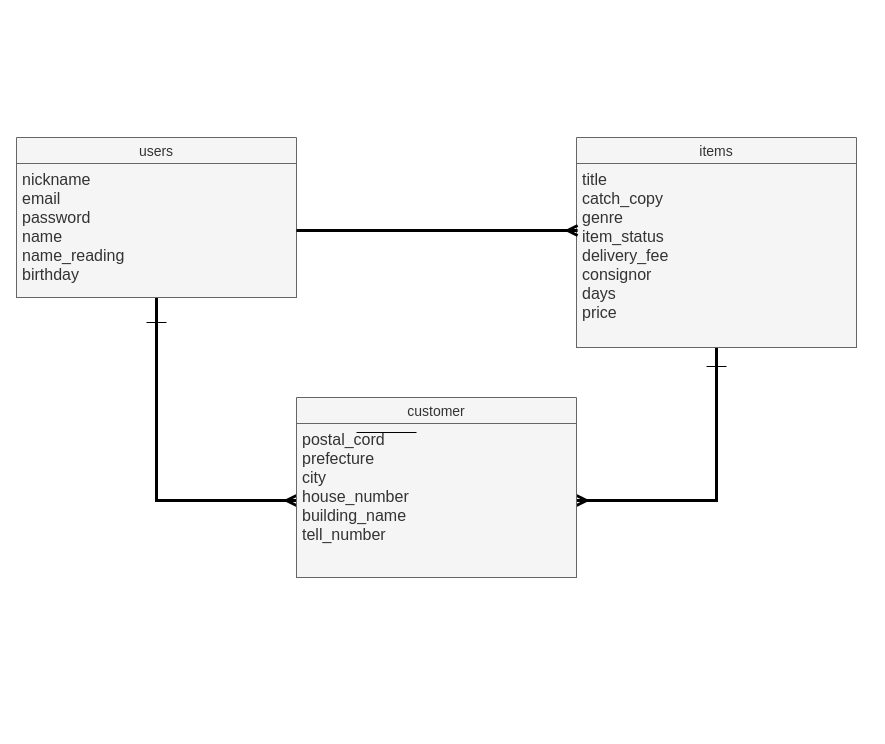
Earlier version of the draw.io diagram furima.dio (556-mizusawa/furima-30466). Source tidied: cells renumbered, new cells numbered last; positions are measured from the earlier drawing's top-left corner, leaving out a move shared by most shapes. Both pictures are drawn from the tidied source at 100%, with x=0, y=0 at pixel (16, 137).
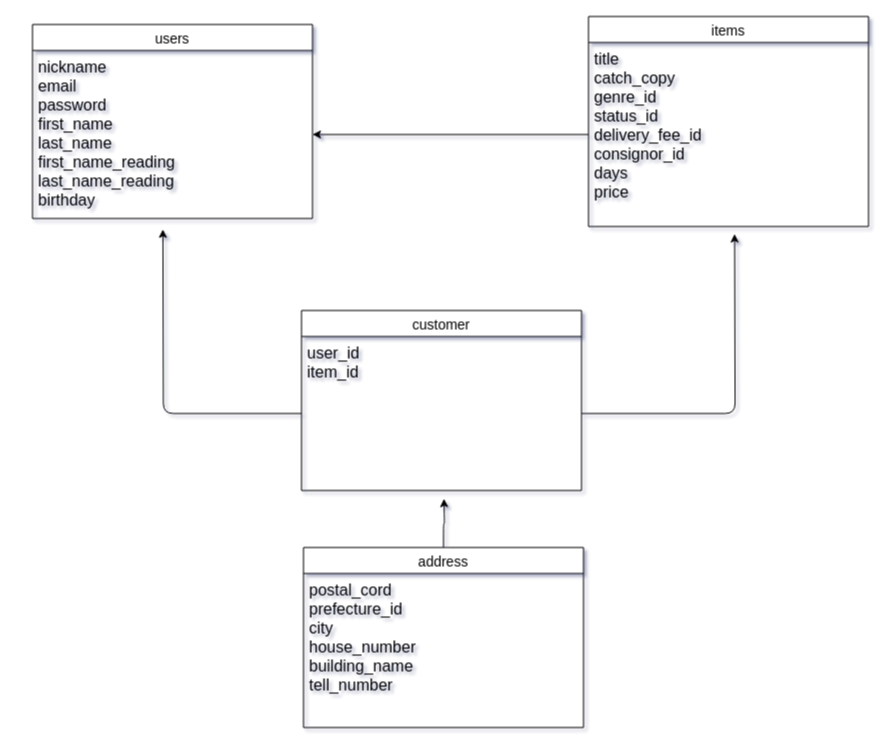
After the change.

Commit message (it also covers changes not shown here):
ER図、README修正

Change to the diagram source:
```diff
@@
-<mxGraphModel>
+<mxGraphModel shadow="1">
   <root>
     <mxCell id="0" />
     <mxCell id="1" parent="0" />
-    <mxCell id="2" style="edgeStyle=orthogonalEdgeStyle;rounded=0;jettySize=auto;html=1;entryX=0;entryY=0.5;entryDx=0;entryDy=0;endArrow=ERmany;endFill=0;strokeWidth=3;fontSize=16;" parent="1" edge="1" source="5" target="10">
-      <mxGeometry relative="1" as="geometry" />
-    </mxCell>
-    <mxCell id="3" style="edgeStyle=orthogonalEdgeStyle;rounded=0;jettySize=auto;html=1;entryX=1;entryY=0.5;entryDx=0;entryDy=0;endArrow=ERmany;endFill=0;strokeWidth=3;fontSize=16;" parent="1" edge="1" source="7" target="10">
-      <mxGeometry relative="1" as="geometry" />
-    </mxCell>
-    <mxCell id="4" style="line;strokeWidth=1;dashed=0;labelPosition=right;align=left;verticalAlign=middle;spacingTop=0;spacingLeft=6;labelBackgroundColor=none;fontSize=16;" parent="1" vertex="1">
-      <mxGeometry x="680" y="100" width="40" height="10" as="geometry" />
-    </mxCell>
+    <mxCell id="15" style="edgeStyle=orthogonalEdgeStyle;curved=0;rounded=1;sketch=0;jettySize=auto;html=1;exitX=0;exitY=0.5;exitDx=0;exitDy=0;entryX=1;entryY=0.5;entryDx=0;entryDy=0;" parent="1" edge="1" source="8" target="6">
+      <mxGeometry relative="1" as="geometry" />
+    </mxCell>
-    <mxCell id="5" value="users" style="swimlane;fontStyle=0;horizontal=1;startSize=26;align=center;fontSize=14;fillColor=#f5f5f5;strokeColor=#666666;fontColor=#333333;" parent="1" vertex="1">
-      <mxGeometry width="280" height="160" as="geometry" />
+    <mxCell id="5" value="users" style="swimlane;fontStyle=0;horizontal=1;startSize=26;align=center;fontSize=14;" parent="1" vertex="1">
+      <mxGeometry x="16" y="-113" width="280" height="194" as="geometry" />
     </mxCell>
-    <mxCell id="6" value="nickname&#10;email&#10;password&#10;name&#10;name_reading&#10;birthday" style="text;strokeColor=#666666;fillColor=#f5f5f5;spacingLeft=4;spacingRight=4;overflow=hidden;points=[[0,0.5],[1,0.5]];portConstraint=eastwest;fontSize=16;fontColor=#333333;" parent="5" vertex="1">
-      <mxGeometry y="26" width="280" height="134" as="geometry" />
+    <mxCell id="6" value="nickname&#10;email&#10;password&#10;first_name&#10;last_name&#10;first_name_reading&#10;last_name_reading&#10;birthday" style="text;spacingLeft=4;spacingRight=4;overflow=hidden;points=[[0,0.5],[1,0.5]];portConstraint=eastwest;fontSize=16;" parent="5" vertex="1">
+      <mxGeometry y="26" width="280" height="168" as="geometry" />
     </mxCell>
-    <mxCell id="7" value="items" style="swimlane;fontStyle=0;horizontal=1;startSize=26;align=center;fontSize=14;fillColor=#f5f5f5;strokeColor=#666666;fontColor=#333333;" parent="1" vertex="1">
-      <mxGeometry x="560" width="280" height="210" as="geometry" />
+    <mxCell id="7" value="items" style="swimlane;fontStyle=0;horizontal=1;startSize=26;align=center;fontSize=14;" parent="1" vertex="1">
+      <mxGeometry x="572" y="-121" width="280" height="210" as="geometry" />
     </mxCell>
-    <mxCell id="8" value="title&#10;catch_copy&#10;genre&#10;item_status&#10;delivery_fee&#10;consignor&#10;days&#10;price" style="text;strokeColor=#666666;fillColor=#f5f5f5;spacingLeft=4;spacingRight=4;overflow=hidden;points=[[0,0.5],[1,0.5]];portConstraint=eastwest;fontSize=16;fontColor=#333333;" parent="7" vertex="1">
+    <mxCell id="8" value="title&#10;catch_copy&#10;genre_id&#10;status_id&#10;delivery_fee_id&#10;consignor_id&#10;days&#10;price" style="text;spacingLeft=4;spacingRight=4;overflow=hidden;points=[[0,0.5],[1,0.5]];portConstraint=eastwest;fontSize=16;" parent="7" vertex="1">
       <mxGeometry y="26" width="280" height="184" as="geometry" />
     </mxCell>
+    <mxCell id="16" style="edgeStyle=orthogonalEdgeStyle;curved=0;rounded=1;sketch=0;jettySize=auto;html=1;exitX=0.5;exitY=0;exitDx=0;exitDy=0;" parent="1" edge="1" source="9">
+      <mxGeometry relative="1" as="geometry">
+        <mxPoint x="427.5" y="361.2" as="targetPoint" />
+      </mxGeometry>
+    </mxCell>
-    <mxCell id="9" value="customer" style="swimlane;fontStyle=0;horizontal=1;startSize=26;align=center;fontSize=14;fillColor=#f5f5f5;strokeColor=#666666;fontColor=#333333;" parent="1" vertex="1">
-      <mxGeometry x="280" y="260" width="280" height="180" as="geometry" />
+    <mxCell id="9" value="address" style="swimlane;fontStyle=0;horizontal=1;startSize=26;align=center;fontSize=14;" parent="1" vertex="1">
+      <mxGeometry x="287" y="410" width="280" height="180" as="geometry" />
     </mxCell>
-    <mxCell id="10" value="postal_cord&#10;prefecture&#10;city&#10;house_number&#10;building_name&#10;tell_number&#10;" style="text;strokeColor=#666666;fillColor=#f5f5f5;spacingLeft=4;spacingRight=4;overflow=hidden;points=[[0,0.5],[1,0.5]];portConstraint=eastwest;fontSize=16;fontColor=#333333;" parent="9" vertex="1">
+    <mxCell id="10" value="postal_cord&#10;prefecture_id&#10;city&#10;house_number&#10;building_name&#10;tell_number&#10;" style="text;spacingLeft=4;spacingRight=4;overflow=hidden;points=[[0,0.5],[1,0.5]];portConstraint=eastwest;fontSize=16;" parent="9" vertex="1">
       <mxGeometry y="26" width="280" height="154" as="geometry" />
     </mxCell>
-    <mxCell id="11" style="edgeStyle=orthogonalEdgeStyle;rounded=0;jettySize=auto;html=1;exitX=1;exitY=0.5;exitDx=0;exitDy=0;entryX=0.004;entryY=0.364;entryDx=0;entryDy=0;entryPerimeter=0;endArrow=ERmany;endFill=0;strokeWidth=3;fontSize=16;" parent="1" edge="1" source="6" target="8">
-      <mxGeometry relative="1" as="geometry" />
-    </mxCell>
-    <mxCell id="12" style="line;strokeWidth=1;dashed=0;labelPosition=right;align=left;verticalAlign=middle;spacingTop=0;spacingLeft=6;labelBackgroundColor=none;fontSize=16;" parent="1" vertex="1">
-      <mxGeometry x="340" y="290" width="60" height="10" as="geometry" />
-    </mxCell>
-    <mxCell id="13" style="line;strokeWidth=1;dashed=0;labelPosition=right;align=left;verticalAlign=middle;spacingTop=0;spacingLeft=6;labelBackgroundColor=none;fontSize=16;" parent="1" vertex="1">
-      <mxGeometry x="130" y="180" width="20" height="10" as="geometry" />
-    </mxCell>
-    <mxCell id="14" style="line;strokeWidth=1;dashed=0;labelPosition=right;align=left;verticalAlign=middle;spacingTop=0;spacingLeft=6;labelBackgroundColor=none;fontSize=16;" parent="1" vertex="1">
-      <mxGeometry x="690" y="224" width="20" height="10" as="geometry" />
-    </mxCell>
+    <mxCell id="17" value="customer" style="swimlane;fontStyle=0;horizontal=1;startSize=26;align=center;fontSize=14;" parent="1" vertex="1">
+      <mxGeometry x="285" y="173" width="280" height="180" as="geometry" />
+    </mxCell>
+    <mxCell id="18" value="user_id&#10;item_id" style="text;spacingLeft=4;spacingRight=4;overflow=hidden;points=[[0,0.5],[1,0.5]];portConstraint=eastwest;fontSize=16;" parent="17" vertex="1">
+      <mxGeometry y="26" width="280" height="154" as="geometry" />
+    </mxCell>
+    <mxCell id="19" style="edgeStyle=orthogonalEdgeStyle;curved=0;rounded=1;sketch=0;jettySize=auto;html=1;exitX=1;exitY=0.5;exitDx=0;exitDy=0;" parent="1" edge="1" source="18">
+      <mxGeometry relative="1" as="geometry">
+        <mxPoint x="718.1" y="96.5" as="targetPoint" />
+      </mxGeometry>
+    </mxCell>
+    <mxCell id="20" style="edgeStyle=orthogonalEdgeStyle;curved=0;rounded=1;sketch=0;jettySize=auto;html=1;exitX=0;exitY=0.5;exitDx=0;exitDy=0;" parent="1" edge="1" source="18">
+      <mxGeometry relative="1" as="geometry">
+        <mxPoint x="146.4" y="91.8" as="targetPoint" />
+      </mxGeometry>
+    </mxCell>
   </root>
 </mxGraphModel>
```
